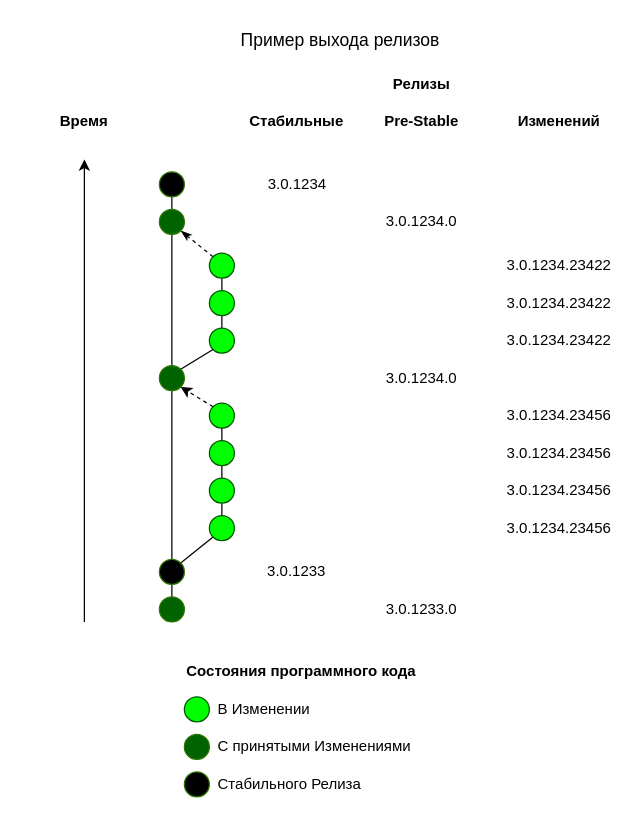
Pingvin235/bgerp keeps this draw.io diagram as srcx/doc/project/_res/dev-ru.drawio. Above is the earlier version. Source tidied: cells renumbered, new cells numbered last; positions are measured from the earlier drawing's top-left corner, leaving out a move shared by most shapes. Both pictures are drawn from the tidied source at 125%, with x=0, y=0 at pixel (21, 21).
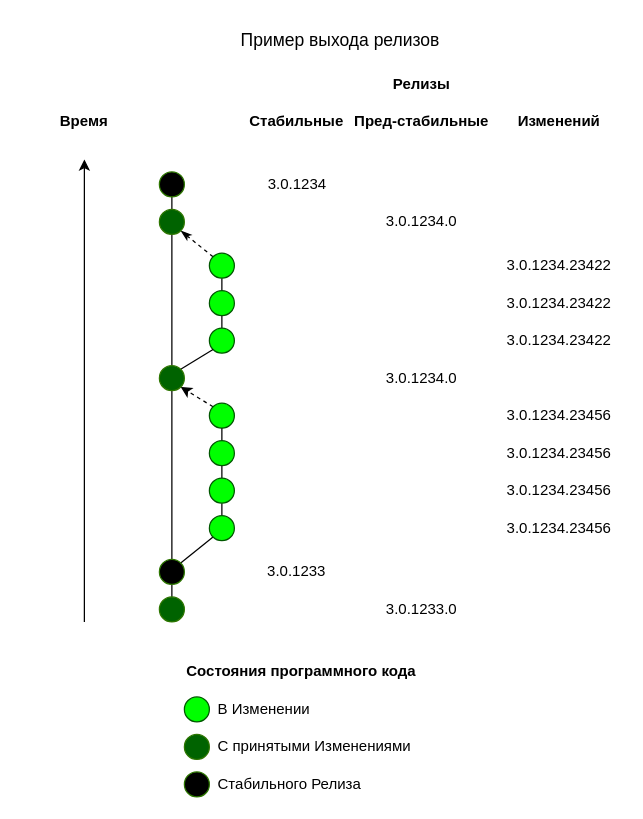
The same page after the edit.

Change to the diagram source:
```diff
@@
-    <mxCell id="52" value="Pre-Stable" style="text;html=1;strokeColor=none;fillColor=none;align=center;verticalAlign=middle;whiteSpace=wrap;rounded=0;fontStyle=1;" parent="1" vertex="1">
-      <mxGeometry x="285" y="70" width="70" height="20" as="geometry" />
+    <mxCell id="52" value="Пред-стабильные" style="text;html=1;strokeColor=none;fillColor=none;align=center;verticalAlign=middle;whiteSpace=wrap;rounded=0;fontStyle=1;" parent="1" vertex="1">
+      <mxGeometry x="265" y="70" width="110" height="20" as="geometry" />
     </mxCell>
```
